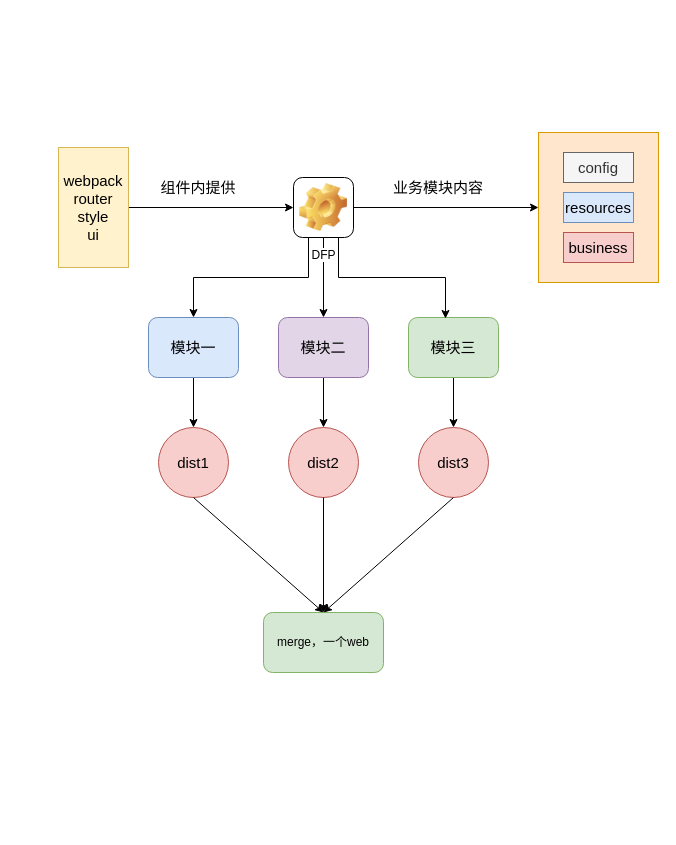
Before: Untitled Diagram.drawio in meterXu/drawiofile, a draw.io diagram. Source tidied: cells renumbered, new cells numbered last; positions are measured from the earlier drawing's top-left corner, leaving out a move shared by most shapes. Both pictures are drawn from the tidied source at 100%, with x=0, y=0 at pixel (58, 132).
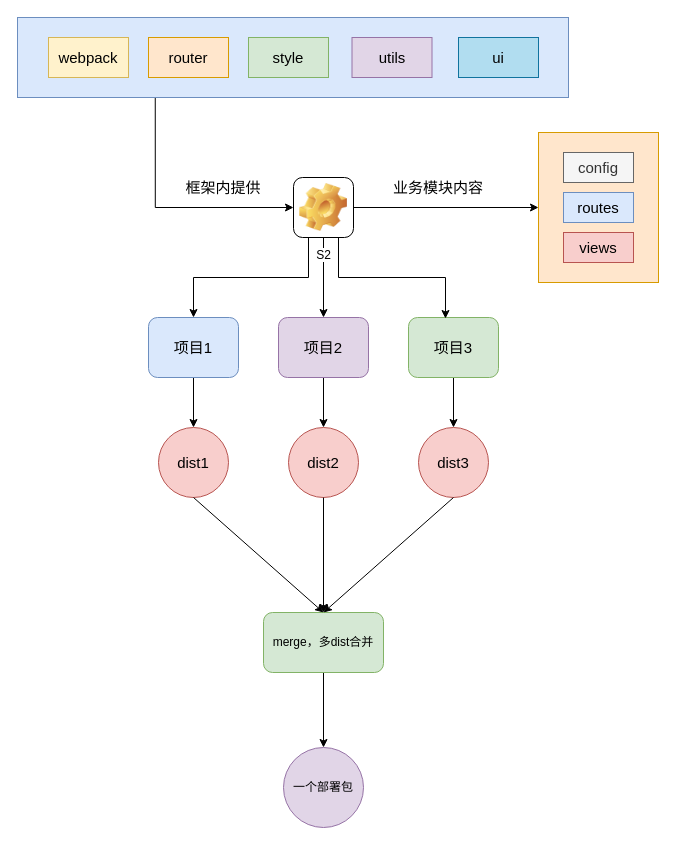
After the change.

The change refers to these unchanged cells:
```xml
<mxCell id="17" style="group;fillColor=#ffe6cc;strokeColor=#d79b00;" parent="1" vertex="1">
  <mxGeometry x="480" width="120" height="150" as="geometry" />
</mxCell>
```

Change to the diagram source:
```diff
@@
-    <mxCell id="3" value="&lt;font style=&quot;font-size: 15px&quot;&gt;模块一&lt;/font&gt;" style="rounded=1;whiteSpace=wrap;html=1;fillColor=#dae8fc;strokeColor=#6c8ebf;" parent="1" vertex="1">
+    <mxCell id="3" value="&lt;span style=&quot;font-size: 15px&quot;&gt;项目1&lt;/span&gt;" style="rounded=1;whiteSpace=wrap;html=1;fillColor=#dae8fc;strokeColor=#6c8ebf;" parent="1" vertex="1">
       <mxGeometry x="90" y="185" width="90" height="60" as="geometry" />
     </mxCell>
@@
-    <mxCell id="5" value="&lt;font style=&quot;font-size: 15px&quot;&gt;模块三&lt;/font&gt;" style="rounded=1;whiteSpace=wrap;html=1;fillColor=#d5e8d4;strokeColor=#82b366;" parent="1" vertex="1">
+    <mxCell id="5" value="&lt;span style=&quot;font-size: 15px&quot;&gt;项目3&lt;/span&gt;" style="rounded=1;whiteSpace=wrap;html=1;fillColor=#d5e8d4;strokeColor=#82b366;" parent="1" vertex="1">
       <mxGeometry x="350" y="185" width="90" height="60" as="geometry" />
     </mxCell>
@@
-    <mxCell id="9" value="DFP" style="icon;html=1;image=img/clipart/Gear_128x128.png;" parent="1" vertex="1">
+    <mxCell id="9" value="S2" style="icon;html=1;image=img/clipart/Gear_128x128.png;" parent="1" vertex="1">
       <mxGeometry x="235" y="45" width="60" height="60" as="geometry" />
     </mxCell>
@@
-    <mxCell id="11" value="&lt;font style=&quot;font-size: 15px&quot;&gt;模块二&lt;/font&gt;" style="rounded=1;whiteSpace=wrap;html=1;fillColor=#e1d5e7;strokeColor=#9673a6;" parent="1" vertex="1">
+    <mxCell id="11" value="&lt;span style=&quot;font-size: 15px&quot;&gt;项目2&lt;/span&gt;" style="rounded=1;whiteSpace=wrap;html=1;fillColor=#e1d5e7;strokeColor=#9673a6;" parent="1" vertex="1">
       <mxGeometry x="220" y="185" width="90" height="60" as="geometry" />
     </mxCell>
@@
-    <mxCell id="15" style="edgeStyle=orthogonalEdgeStyle;rounded=0;jettySize=auto;html=1;exitX=1;exitY=0.5;exitDx=0;exitDy=0;entryX=0;entryY=0.5;entryDx=0;entryDy=0;" parent="1" edge="1" source="16" target="9">
+    <mxCell id="15" style="edgeStyle=orthogonalEdgeStyle;rounded=0;jettySize=auto;html=1;exitX=0.25;exitY=1;exitDx=0;exitDy=0;entryX=0;entryY=0.5;entryDx=0;entryDy=0;" parent="1" edge="1" source="30" target="9">
       <mxGeometry relative="1" as="geometry" />
     </mxCell>
-    <mxCell id="16" value="&lt;font style=&quot;font-size: 15px&quot;&gt;webpack&lt;br&gt;router&lt;br&gt;style&lt;br&gt;ui&lt;/font&gt;" style="rounded=0;whiteSpace=wrap;html=1;fillColor=#fff2cc;strokeColor=#d6b656;" parent="1" vertex="1">
-      <mxGeometry y="15" width="70" height="120" as="geometry" />
-    </mxCell>
@@
-    <mxCell id="20" value="&lt;font style=&quot;font-size: 15px&quot;&gt;resources&lt;/font&gt;" style="rounded=0;whiteSpace=wrap;html=1;fillColor=#dae8fc;strokeColor=#6c8ebf;" parent="17" vertex="1">
+    <mxCell id="20" value="&lt;font style=&quot;font-size: 15px&quot;&gt;routes&lt;/font&gt;" style="rounded=0;whiteSpace=wrap;html=1;fillColor=#dae8fc;strokeColor=#6c8ebf;" parent="17" vertex="1">
       <mxGeometry x="25" y="60" width="70" height="30" as="geometry" />
     </mxCell>
-    <mxCell id="21" value="&lt;font style=&quot;font-size: 15px&quot;&gt;business&lt;/font&gt;" style="rounded=0;whiteSpace=wrap;html=1;fillColor=#f8cecc;strokeColor=#b85450;" parent="17" vertex="1">
+    <mxCell id="21" value="&lt;font style=&quot;font-size: 15px&quot;&gt;views&lt;/font&gt;" style="rounded=0;whiteSpace=wrap;html=1;fillColor=#f8cecc;strokeColor=#b85450;" parent="17" vertex="1">
       <mxGeometry x="25" y="100" width="70" height="30" as="geometry" />
     </mxCell>
@@
-    <mxCell id="23" value="&lt;font style=&quot;font-size: 15px&quot;&gt;组件内提供&lt;/font&gt;" style="text;html=1;strokeColor=none;fillColor=none;align=center;verticalAlign=middle;whiteSpace=wrap;rounded=0;" parent="1" vertex="1">
-      <mxGeometry x="100" y="45" width="80" height="20" as="geometry" />
+    <mxCell id="23" value="&lt;font style=&quot;font-size: 15px&quot;&gt;框架内提供&lt;/font&gt;" style="text;html=1;strokeColor=none;fillColor=none;align=center;verticalAlign=middle;whiteSpace=wrap;rounded=0;" parent="1" vertex="1">
+      <mxGeometry x="125" y="45" width="80" height="20" as="geometry" />
     </mxCell>
@@
+    <mxCell id="29" style="edgeStyle=orthogonalEdgeStyle;rounded=0;jettySize=auto;html=1;exitX=0.5;exitY=1;exitDx=0;exitDy=0;" parent="1" edge="1" source="25" target="36">
+      <mxGeometry relative="1" as="geometry" />
+    </mxCell>
-    <mxCell id="25" value="merge，一个web" style="rounded=1;whiteSpace=wrap;html=1;fillColor=#d5e8d4;strokeColor=#82b366;" parent="1" vertex="1">
+    <mxCell id="25" value="merge，多dist合并" style="rounded=1;whiteSpace=wrap;html=1;fillColor=#d5e8d4;strokeColor=#82b366;" parent="1" vertex="1">
       <mxGeometry x="205" y="480" width="120" height="60" as="geometry" />
     </mxCell>
@@
+    <mxCell id="30" style="rounded=0;whiteSpace=wrap;html=1;fillColor=#dae8fc;strokeColor=#6c8ebf;" parent="1" vertex="1">
+      <mxGeometry x="-41" y="-115" width="551" height="80" as="geometry" />
+    </mxCell>
+    <mxCell id="31" value="&lt;span style=&quot;font-size: 15px&quot;&gt;webpack&lt;/span&gt;" style="rounded=0;whiteSpace=wrap;html=1;fillColor=#fff2cc;strokeColor=#d6b656;" parent="1" vertex="1">
+      <mxGeometry x="-10" y="-95" width="80" height="40" as="geometry" />
+    </mxCell>
+    <mxCell id="32" value="&lt;span style=&quot;font-size: 15px&quot;&gt;router&lt;/span&gt;" style="rounded=0;whiteSpace=wrap;html=1;fillColor=#ffe6cc;strokeColor=#d79b00;" parent="1" vertex="1">
+      <mxGeometry x="90" y="-95" width="80" height="40" as="geometry" />
+    </mxCell>
+    <mxCell id="33" value="&lt;span style=&quot;font-size: 15px&quot;&gt;style&lt;/span&gt;" style="rounded=0;whiteSpace=wrap;html=1;fillColor=#d5e8d4;strokeColor=#82b366;" parent="1" vertex="1">
+      <mxGeometry x="190" y="-95" width="80" height="40" as="geometry" />
+    </mxCell>
+    <mxCell id="34" value="&lt;span style=&quot;font-size: 15px&quot;&gt;utils&lt;/span&gt;" style="rounded=0;whiteSpace=wrap;html=1;fillColor=#e1d5e7;strokeColor=#9673a6;" parent="1" vertex="1">
+      <mxGeometry x="293.5" y="-95" width="80" height="40" as="geometry" />
+    </mxCell>
+    <mxCell id="35" value="&lt;span style=&quot;font-size: 15px&quot;&gt;ui&lt;/span&gt;" style="rounded=0;whiteSpace=wrap;html=1;fillColor=#b1ddf0;strokeColor=#10739e;" parent="1" vertex="1">
+      <mxGeometry x="400" y="-95" width="80" height="40" as="geometry" />
+    </mxCell>
+    <mxCell id="36" value="一个部署包" style="ellipse;whiteSpace=wrap;html=1;fillColor=#e1d5e7;strokeColor=#9673a6;" parent="1" vertex="1">
+      <mxGeometry x="225" y="615" width="80" height="80" as="geometry" />
+    </mxCell>
```
